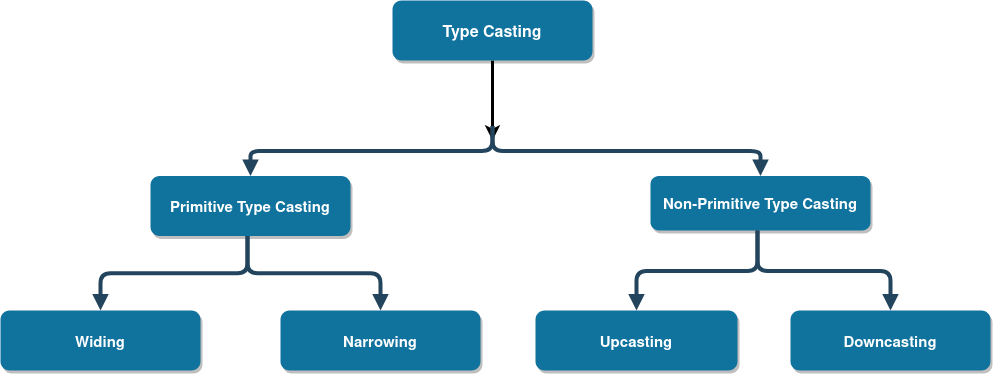
sangam14/JavaLabs keeps this draw.io diagram as img/Dig7.png. Above is the earlier version. Source tidied: cells renumbered, new cells last; positions are measured from the earlier drawing's top-left corner, leaving out a move shared by most shapes.
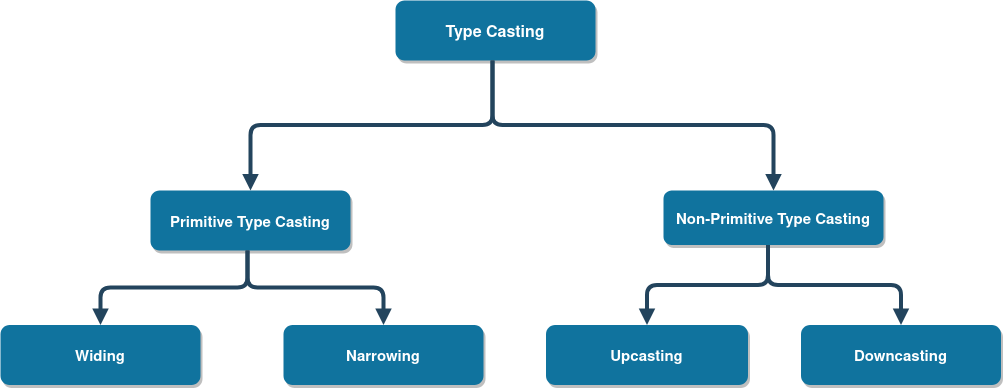
The same file after the commit.

What changed in the source:
```diff
@@ -2,60 +2,55 @@
   <root>
     <mxCell id="0" />
     <mxCell id="1" parent="0" />
-    <mxCell id="2" style="edgeStyle=orthogonalEdgeStyle;rounded=0;jettySize=auto;html=1;exitX=0.5;exitY=1;exitDx=0;exitDy=0;strokeWidth=3;" parent="1" edge="1" source="3">
-      <mxGeometry relative="1" as="geometry">
-        <mxPoint x="492" y="140" as="targetPoint" />
-      </mxGeometry>
-    </mxCell>
     <mxCell id="3" value="Type Casting" style="rounded=1;fillColor=#10739E;strokeColor=none;shadow=1;gradientColor=none;fontStyle=1;fontColor=#FFFFFF;fontSize=16;" parent="1" vertex="1">
       <mxGeometry x="392" width="200" height="60" as="geometry" />
     </mxCell>
     <mxCell id="4" value="Primitive Type Casting" style="rounded=1;fillColor=#10739E;strokeColor=none;shadow=1;gradientColor=none;fontStyle=1;fontColor=#FFFFFF;fontSize=15;" parent="1" vertex="1">
-      <mxGeometry x="150" y="175.5" width="200" height="60" as="geometry" />
+      <mxGeometry x="147" y="190" width="200" height="60" as="geometry" />
     </mxCell>
     <mxCell id="5" value="Non-Primitive Type Casting" style="rounded=1;fillColor=#10739E;strokeColor=none;shadow=1;gradientColor=none;fontStyle=1;fontColor=#FFFFFF;fontSize=15;" parent="1" vertex="1">
-      <mxGeometry x="650" y="175.5" width="220" height="54.5" as="geometry" />
+      <mxGeometry x="660" y="190" width="220" height="54.5" as="geometry" />
     </mxCell>
     <mxCell id="6" style="edgeStyle=elbowEdgeStyle;elbow=vertical;strokeWidth=4;endArrow=block;endFill=1;fontStyle=1;strokeColor=#23445D;" parent="1" edge="1" target="4">
-      <mxGeometry x="22" y="165.5" as="geometry">
-        <mxPoint x="492" y="125.5" as="sourcePoint" />
+      <mxGeometry x="19" y="100" as="geometry">
+        <mxPoint x="489" y="60" as="sourcePoint" />
       </mxGeometry>
     </mxCell>
     <mxCell id="7" style="edgeStyle=elbowEdgeStyle;elbow=vertical;strokeWidth=4;endArrow=block;endFill=1;fontStyle=1;strokeColor=#23445D;" parent="1" edge="1" target="5">
-      <mxGeometry x="22" y="165.5" as="geometry">
-        <mxPoint x="492" y="125.5" as="sourcePoint" />
+      <mxGeometry x="19" y="100" as="geometry">
+        <mxPoint x="489" y="60" as="sourcePoint" />
       </mxGeometry>
     </mxCell>
     <mxCell id="8" value="Widing" style="rounded=1;fillColor=#10739E;strokeColor=none;shadow=1;gradientColor=none;fontStyle=1;fontColor=#FFFFFF;fontSize=15;" parent="1" vertex="1">
-      <mxGeometry y="310" width="200" height="60" as="geometry" />
+      <mxGeometry x="-3" y="324.5" width="200" height="60" as="geometry" />
     </mxCell>
     <mxCell id="9" value="Narrowing" style="rounded=1;fillColor=#10739E;strokeColor=none;shadow=1;gradientColor=none;fontStyle=1;fontColor=#FFFFFF;fontSize=15;" parent="1" vertex="1">
-      <mxGeometry x="280" y="310" width="200" height="60" as="geometry" />
+      <mxGeometry x="280" y="324.5" width="200" height="60" as="geometry" />
     </mxCell>
     <mxCell id="10" style="edgeStyle=elbowEdgeStyle;elbow=vertical;strokeWidth=4;endArrow=block;endFill=1;fontStyle=1;strokeColor=#23445D;" parent="1" edge="1" target="8">
-      <mxGeometry x="-223" y="275.5" as="geometry">
-        <mxPoint x="247" y="235.5" as="sourcePoint" />
+      <mxGeometry x="-226" y="290" as="geometry">
+        <mxPoint x="244" y="250" as="sourcePoint" />
       </mxGeometry>
     </mxCell>
     <mxCell id="11" style="edgeStyle=elbowEdgeStyle;elbow=vertical;strokeWidth=4;endArrow=block;endFill=1;fontStyle=1;strokeColor=#23445D;" parent="1" edge="1" target="9">
-      <mxGeometry x="-223" y="275.5" as="geometry">
-        <mxPoint x="247" y="235.5" as="sourcePoint" />
+      <mxGeometry x="-226" y="290" as="geometry">
+        <mxPoint x="244" y="250" as="sourcePoint" />
       </mxGeometry>
     </mxCell>
     <mxCell id="12" value="Upcasting" style="rounded=1;fillColor=#10739E;strokeColor=none;shadow=1;gradientColor=none;fontStyle=1;fontColor=#FFFFFF;fontSize=15;" parent="1" vertex="1">
-      <mxGeometry x="535" y="310" width="202" height="60" as="geometry" />
+      <mxGeometry x="542.5" y="324.5" width="202" height="60" as="geometry" />
     </mxCell>
     <mxCell id="13" value="Downcasting" style="rounded=1;fillColor=#10739E;strokeColor=none;shadow=1;gradientColor=none;fontStyle=1;fontColor=#FFFFFF;fontSize=15;" parent="1" vertex="1">
-      <mxGeometry x="790" y="310" width="200" height="60" as="geometry" />
+      <mxGeometry x="797.5" y="324.5" width="200" height="60" as="geometry" />
     </mxCell>
     <mxCell id="14" style="edgeStyle=elbowEdgeStyle;elbow=vertical;strokeWidth=4;endArrow=block;endFill=1;fontStyle=1;strokeColor=#23445D;" parent="1" edge="1" target="12">
-      <mxGeometry x="287" y="270" as="geometry">
-        <mxPoint x="757" y="230" as="sourcePoint" />
+      <mxGeometry x="294.5" y="284.5" as="geometry">
+        <mxPoint x="764.5" y="244.5" as="sourcePoint" />
       </mxGeometry>
     </mxCell>
     <mxCell id="15" style="edgeStyle=elbowEdgeStyle;elbow=vertical;strokeWidth=4;endArrow=block;endFill=1;fontStyle=1;strokeColor=#23445D;" parent="1" edge="1" target="13">
-      <mxGeometry x="287" y="270" as="geometry">
-        <mxPoint x="757" y="230" as="sourcePoint" />
+      <mxGeometry x="294.5" y="284.5" as="geometry">
+        <mxPoint x="764.5" y="244.5" as="sourcePoint" />
       </mxGeometry>
     </mxCell>
   </root>
```
